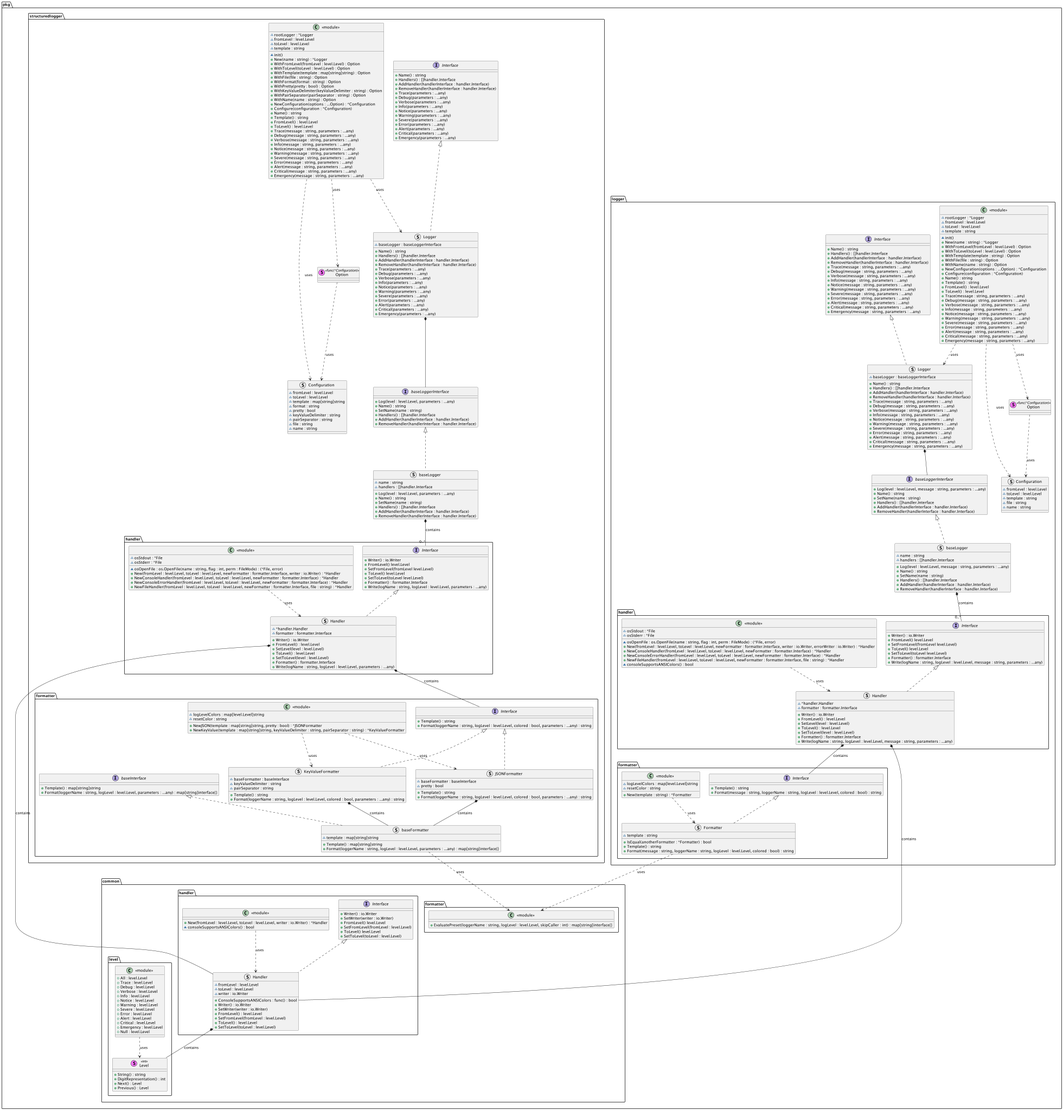
The PlantUML diagram docs/architecture/diagrams/png/class_diagram.png in dl1998/go-logging, before a commit.
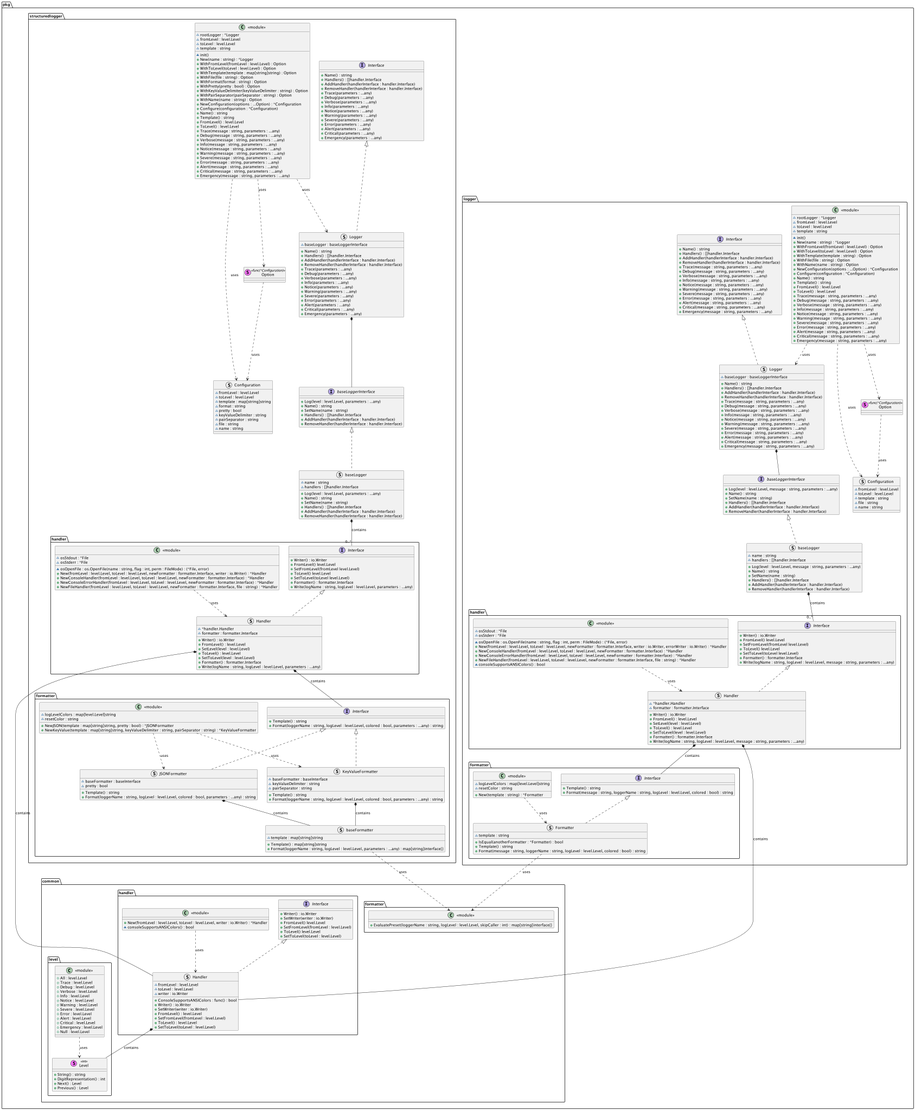
After the change.

Commit message:
Remove unused interface

The edit, as a diff of the source:
```diff
@@ -216,12 +216,7 @@
     }
     package structuredlogger {
         package formatter {
-            interface baseInterface {
-                + Template() : map[string]string
-                + Format(loggerName : string, logLevel : level.Level, parameters : ...any) : map[string]interface{}
-            }
-
-            struct baseFormatter implements baseInterface {
+            struct baseFormatter {
                 ~ template : map[string]string
                 + Template() : map[string]string
                 + Format(loggerName : string, logLevel : level.Level, parameters : ...any) : map[string]interface{}
```
